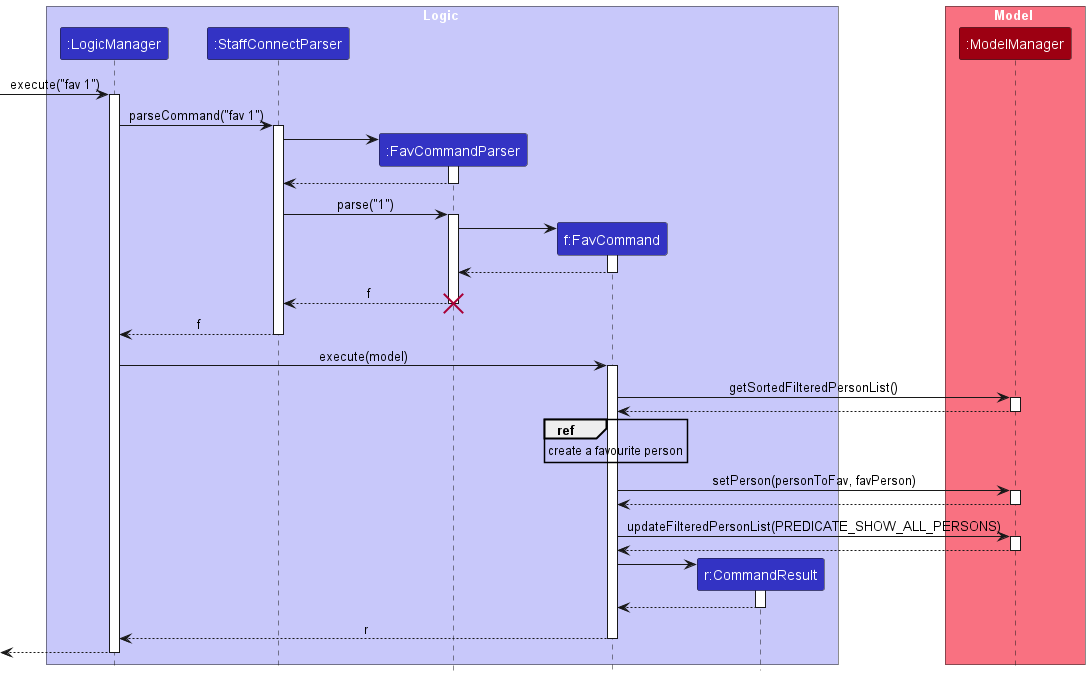
This is docs/images/FavSequenceDiagram.png from whitesnowx/tp, a PlantUML export, as it was before one commit. Its source is kept beside it as docs/diagrams/FavSequenceDiagram.puml.
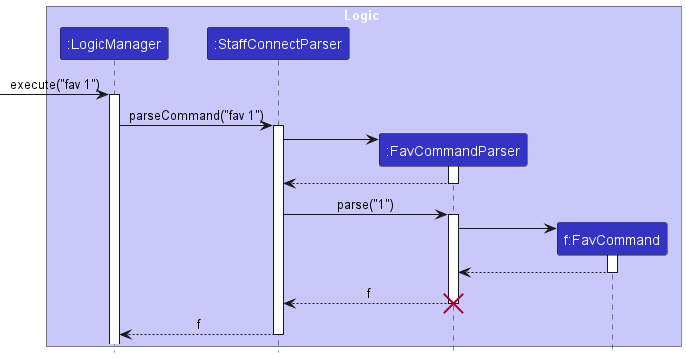
After the change.

Commit message:
Modify `fav` diagram into smaller fragments

Change to the diagram source:
```diff
@@ -7,11 +7,6 @@
 participant ":StaffConnectParser" as StaffConnectParser LOGIC_COLOR
 participant ":FavCommandParser" as FavCommandParser LOGIC_COLOR
 participant "f:FavCommand" as FavCommand LOGIC_COLOR
-participant "r:CommandResult" as CommandResult LOGIC_COLOR
-end box
-
-box Model MODEL_COLOR_T1
-participant ":ModelManager" as Model MODEL_COLOR
 end box
 
 [-> LogicManager : execute("fav 1")
@@ -38,28 +33,4 @@
 destroy FavCommandParser
 return f
 
-LogicManager -> FavCommand : execute(model)
-activate FavCommand
-
-FavCommand -> Model : getSortedFilteredPersonList()
-activate Model
-return
-
-ref over FavCommand : create a favourite person
-
-FavCommand -> Model : setPerson(personToFav, favPerson)
-activate Model
-return
-
-FavCommand -> Model : updateFilteredPersonList(PREDICATE_SHOW_ALL_PERSONS)
-activate Model
-return
-
-create CommandResult
-FavCommand -> CommandResult++
-return
-
-return r
-return
-
 @enduml
```
